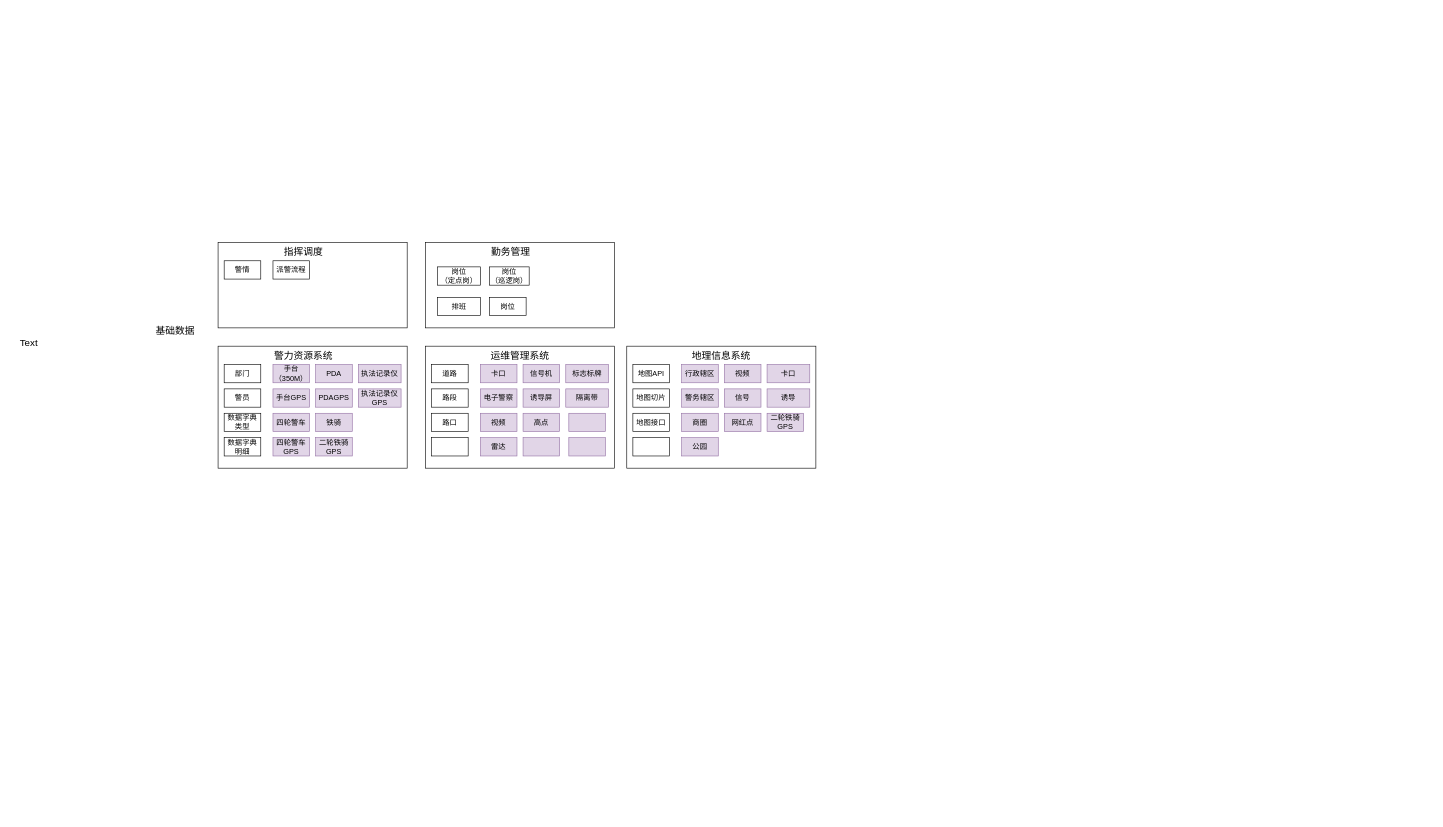
Earlier version of the draw.io diagram page "架构图" (2 of 3) of 未命名绘图.drawio (bj-ehualu/drawio). Source tidied: cells renumbered, new cells numbered last; positions are measured from the earlier drawing's top-left corner, leaving out a move shared by most shapes. Both pictures are drawn from the tidied source at 61%, with x=0, y=0 at pixel (10, 242).
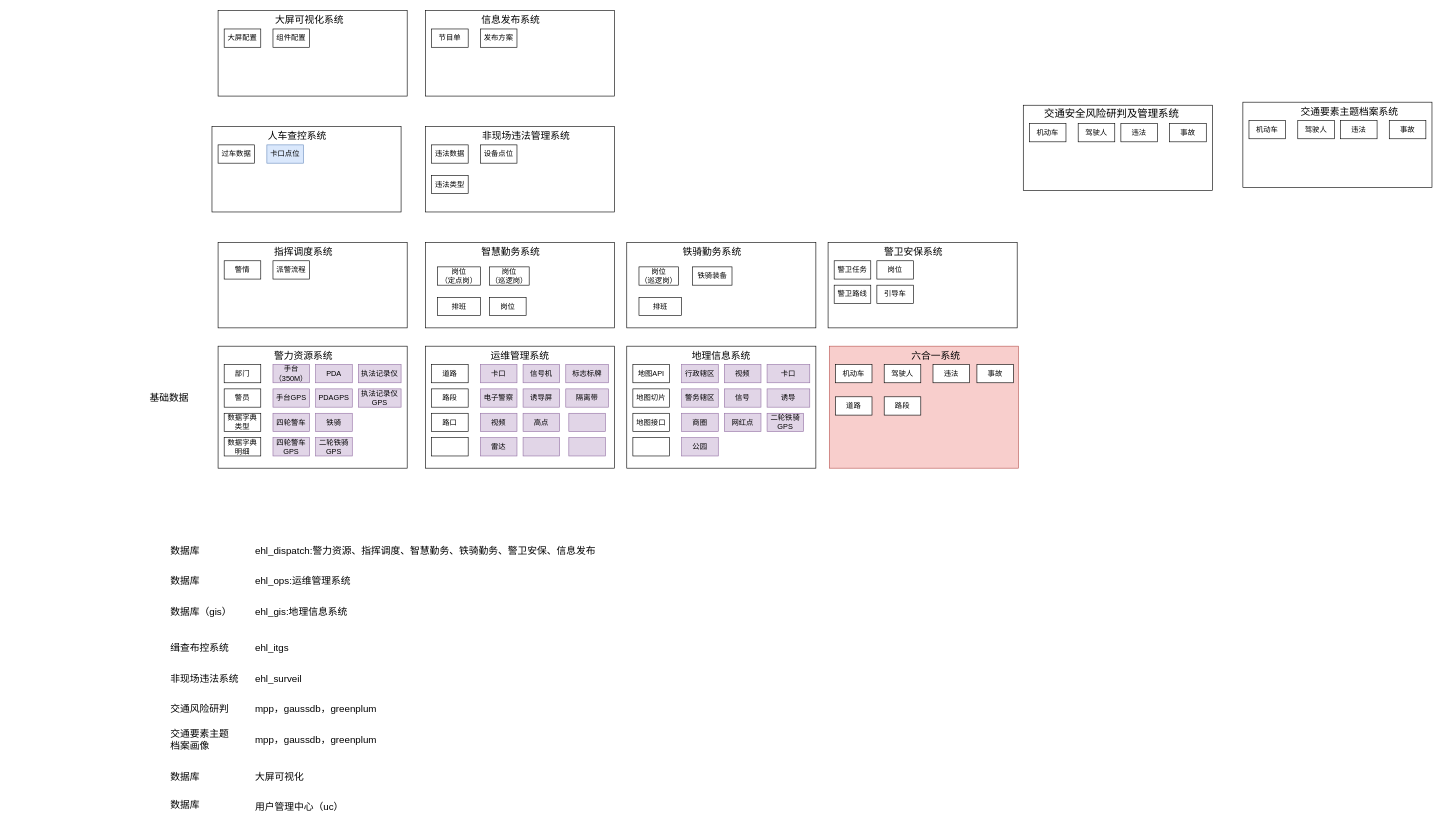
Above is the later version.

Change to the diagram source:
```diff
@@
-    <mxCell id="3" value="指挥调度" style="text;html=1;align=center;verticalAlign=middle;whiteSpace=wrap;rounded=0;fontSize=16;" parent="1" vertex="1">
+    <mxCell id="3" value="指挥调度系统" style="text;html=1;align=center;verticalAlign=middle;whiteSpace=wrap;rounded=0;fontSize=16;" parent="1" vertex="1">
       <mxGeometry x="430" width="100" height="30" as="geometry" />
     </mxCell>
@@
     <mxCell id="6" value="基础数据" style="text;html=1;align=center;verticalAlign=middle;whiteSpace=wrap;rounded=0;fontSize=16;" parent="1" vertex="1">
-      <mxGeometry x="220" y="130" width="100" height="30" as="geometry" />
+      <mxGeometry x="210" y="240" width="100" height="30" as="geometry" />
     </mxCell>
-    <mxCell id="7" value="Text" style="text;html=1;align=center;verticalAlign=middle;whiteSpace=wrap;rounded=0;fontSize=16;" parent="1" vertex="1">
-      <mxGeometry y="150" width="60" height="30" as="geometry" />
-    </mxCell>
@@
-    <mxCell id="10" value="勤务管理" style="text;html=1;align=center;verticalAlign=middle;whiteSpace=wrap;rounded=0;fontSize=16;" parent="1" vertex="1">
+    <mxCell id="10" value="智慧勤务系统" style="text;html=1;align=center;verticalAlign=middle;whiteSpace=wrap;rounded=0;fontSize=16;" parent="1" vertex="1">
       <mxGeometry x="770" width="100" height="30" as="geometry" />
     </mxCell>
@@
+    <mxCell id="64" style="rounded=0;whiteSpace=wrap;html=1;" parent="1" vertex="1">
+      <mxGeometry x="1010" width="310" height="140" as="geometry" />
+    </mxCell>
+    <mxCell id="65" value="铁骑勤务系统" style="text;html=1;align=center;verticalAlign=middle;whiteSpace=wrap;rounded=0;fontSize=16;" parent="1" vertex="1">
+      <mxGeometry x="1100" width="100" height="30" as="geometry" />
+    </mxCell>
+    <mxCell id="66" value="排班" style="rounded=0;whiteSpace=wrap;html=1;" parent="1" vertex="1">
+      <mxGeometry x="1030" y="90" width="70" height="30" as="geometry" />
+    </mxCell>
+    <mxCell id="67" value="岗位&lt;br&gt;（巡逻岗）" style="rounded=0;whiteSpace=wrap;html=1;" parent="1" vertex="1">
+      <mxGeometry x="1030" y="40" width="65" height="30" as="geometry" />
+    </mxCell>
+    <mxCell id="68" style="rounded=0;whiteSpace=wrap;html=1;" parent="1" vertex="1">
+      <mxGeometry x="330" y="-190" width="310" height="140" as="geometry" />
+    </mxCell>
+    <mxCell id="69" value="人车查控系统" style="text;html=1;align=center;verticalAlign=middle;whiteSpace=wrap;rounded=0;fontSize=16;" parent="1" vertex="1">
+      <mxGeometry x="420" y="-190" width="100" height="30" as="geometry" />
+    </mxCell>
+    <mxCell id="70" value="过车数据" style="rounded=0;whiteSpace=wrap;html=1;" parent="1" vertex="1">
+      <mxGeometry x="340" y="-160" width="60" height="30" as="geometry" />
+    </mxCell>
+    <mxCell id="71" value="卡口点位" style="rounded=0;whiteSpace=wrap;html=1;fillColor=#dae8fc;strokeColor=#6c8ebf;" parent="1" vertex="1">
+      <mxGeometry x="420" y="-160" width="60" height="30" as="geometry" />
+    </mxCell>
+    <mxCell id="72" style="rounded=0;whiteSpace=wrap;html=1;" parent="1" vertex="1">
+      <mxGeometry x="680" y="-190" width="310" height="140" as="geometry" />
+    </mxCell>
+    <mxCell id="73" value="非现场违法管理系统" style="text;html=1;align=center;verticalAlign=middle;whiteSpace=wrap;rounded=0;fontSize=16;" parent="1" vertex="1">
+      <mxGeometry x="770" y="-190" width="150" height="30" as="geometry" />
+    </mxCell>
+    <mxCell id="74" value="违法数据" style="rounded=0;whiteSpace=wrap;html=1;" parent="1" vertex="1">
+      <mxGeometry x="690" y="-160" width="60" height="30" as="geometry" />
+    </mxCell>
+    <mxCell id="75" value="设备点位" style="rounded=0;whiteSpace=wrap;html=1;" parent="1" vertex="1">
+      <mxGeometry x="770" y="-160" width="60" height="30" as="geometry" />
+    </mxCell>
+    <mxCell id="76" style="rounded=0;whiteSpace=wrap;html=1;" parent="1" vertex="1">
+      <mxGeometry x="2020" y="-230" width="310" height="140" as="geometry" />
+    </mxCell>
+    <mxCell id="77" value="交通要素主题档案系统" style="text;html=1;align=center;verticalAlign=middle;whiteSpace=wrap;rounded=0;fontSize=16;" parent="1" vertex="1">
+      <mxGeometry x="2110" y="-230" width="170" height="30" as="geometry" />
+    </mxCell>
+    <mxCell id="78" value="机动车" style="rounded=0;whiteSpace=wrap;html=1;" parent="1" vertex="1">
+      <mxGeometry x="2030" y="-200" width="60" height="30" as="geometry" />
+    </mxCell>
+    <mxCell id="79" value="驾驶人" style="rounded=0;whiteSpace=wrap;html=1;" parent="1" vertex="1">
+      <mxGeometry x="2110" y="-200" width="60" height="30" as="geometry" />
+    </mxCell>
+    <mxCell id="80" value="违法类型" style="rounded=0;whiteSpace=wrap;html=1;" parent="1" vertex="1">
+      <mxGeometry x="690" y="-110" width="60" height="30" as="geometry" />
+    </mxCell>
+    <mxCell id="81" style="rounded=0;whiteSpace=wrap;html=1;" parent="1" vertex="1">
+      <mxGeometry x="1340" width="310" height="140" as="geometry" />
+    </mxCell>
+    <mxCell id="82" value="警卫安保系统" style="text;html=1;align=center;verticalAlign=middle;whiteSpace=wrap;rounded=0;fontSize=16;" parent="1" vertex="1">
+      <mxGeometry x="1430" width="100" height="30" as="geometry" />
+    </mxCell>
+    <mxCell id="83" value="岗位" style="rounded=0;whiteSpace=wrap;html=1;" parent="1" vertex="1">
+      <mxGeometry x="1420" y="30" width="60" height="30" as="geometry" />
+    </mxCell>
+    <mxCell id="84" value="引导车" style="rounded=0;whiteSpace=wrap;html=1;" parent="1" vertex="1">
+      <mxGeometry x="1420" y="70" width="60" height="30" as="geometry" />
+    </mxCell>
+    <mxCell id="85" value="违法" style="rounded=0;whiteSpace=wrap;html=1;" parent="1" vertex="1">
+      <mxGeometry x="2180" y="-200" width="60" height="30" as="geometry" />
+    </mxCell>
+    <mxCell id="86" value="事故" style="rounded=0;whiteSpace=wrap;html=1;" parent="1" vertex="1">
+      <mxGeometry x="2260" y="-200" width="60" height="30" as="geometry" />
+    </mxCell>
+    <mxCell id="87" style="rounded=0;whiteSpace=wrap;html=1;fillColor=#f8cecc;strokeColor=#b85450;" parent="1" vertex="1">
+      <mxGeometry x="1342" y="170" width="310" height="200" as="geometry" />
+    </mxCell>
+    <mxCell id="88" value="六合一系统" style="text;html=1;align=center;verticalAlign=middle;whiteSpace=wrap;rounded=0;fontSize=16;" parent="1" vertex="1">
+      <mxGeometry x="1432" y="170" width="170" height="30" as="geometry" />
+    </mxCell>
+    <mxCell id="89" value="机动车" style="rounded=0;whiteSpace=wrap;html=1;" parent="1" vertex="1">
+      <mxGeometry x="1352" y="200" width="60" height="30" as="geometry" />
+    </mxCell>
+    <mxCell id="90" value="驾驶人" style="rounded=0;whiteSpace=wrap;html=1;" parent="1" vertex="1">
+      <mxGeometry x="1432" y="200" width="60" height="30" as="geometry" />
+    </mxCell>
+    <mxCell id="91" value="违法" style="rounded=0;whiteSpace=wrap;html=1;" parent="1" vertex="1">
+      <mxGeometry x="1512" y="200" width="60" height="30" as="geometry" />
+    </mxCell>
+    <mxCell id="92" value="事故" style="rounded=0;whiteSpace=wrap;html=1;" parent="1" vertex="1">
+      <mxGeometry x="1584" y="200" width="60" height="30" as="geometry" />
+    </mxCell>
+    <mxCell id="93" value="道路" style="rounded=0;whiteSpace=wrap;html=1;" parent="1" vertex="1">
+      <mxGeometry x="1352" y="253" width="60" height="30" as="geometry" />
+    </mxCell>
+    <mxCell id="94" value="路段" style="rounded=0;whiteSpace=wrap;html=1;" parent="1" vertex="1">
+      <mxGeometry x="1432" y="253" width="60" height="30" as="geometry" />
+    </mxCell>
+    <mxCell id="95" style="rounded=0;whiteSpace=wrap;html=1;" parent="1" vertex="1">
+      <mxGeometry x="1660" y="-225" width="310" height="140" as="geometry" />
+    </mxCell>
+    <mxCell id="96" value="&lt;span style=&quot;font-size: 17px; background-color: rgb(251, 251, 251);&quot;&gt;交通安全风险研判及管理系统&lt;/span&gt;" style="text;html=1;align=center;verticalAlign=middle;whiteSpace=wrap;rounded=0;fontSize=17;" parent="1" vertex="1">
+      <mxGeometry x="1690" y="-225" width="230" height="30" as="geometry" />
+    </mxCell>
+    <mxCell id="97" value="机动车" style="rounded=0;whiteSpace=wrap;html=1;" parent="1" vertex="1">
+      <mxGeometry x="1670" y="-195" width="60" height="30" as="geometry" />
+    </mxCell>
+    <mxCell id="98" value="驾驶人" style="rounded=0;whiteSpace=wrap;html=1;" parent="1" vertex="1">
+      <mxGeometry x="1750" y="-195" width="60" height="30" as="geometry" />
+    </mxCell>
+    <mxCell id="99" value="违法" style="rounded=0;whiteSpace=wrap;html=1;" parent="1" vertex="1">
+      <mxGeometry x="1820" y="-195" width="60" height="30" as="geometry" />
+    </mxCell>
+    <mxCell id="100" value="事故" style="rounded=0;whiteSpace=wrap;html=1;" parent="1" vertex="1">
+      <mxGeometry x="1900" y="-195" width="60" height="30" as="geometry" />
+    </mxCell>
+    <mxCell id="101" value="铁骑装备" style="rounded=0;whiteSpace=wrap;html=1;" parent="1" vertex="1">
+      <mxGeometry x="1117.5" y="40" width="65" height="30" as="geometry" />
+    </mxCell>
+    <mxCell id="102" value="警卫任务" style="rounded=0;whiteSpace=wrap;html=1;" parent="1" vertex="1">
+      <mxGeometry x="1350" y="30" width="60" height="30" as="geometry" />
+    </mxCell>
+    <mxCell id="103" value="警卫路线" style="rounded=0;whiteSpace=wrap;html=1;" parent="1" vertex="1">
+      <mxGeometry x="1350" y="70" width="60" height="30" as="geometry" />
+    </mxCell>
+    <mxCell id="104" value="数据库" style="text;html=1;align=left;verticalAlign=middle;whiteSpace=wrap;rounded=0;fontSize=16;" parent="1" vertex="1">
+      <mxGeometry x="260" y="490" width="100" height="30" as="geometry" />
+    </mxCell>
+    <mxCell id="105" value="ehl_dispatch:警力资源、指挥调度、智慧勤务、铁骑勤务、警卫安保、信息发布" style="text;html=1;align=left;verticalAlign=middle;whiteSpace=wrap;rounded=0;fontSize=16;" parent="1" vertex="1">
+      <mxGeometry x="399" y="490" width="614" height="30" as="geometry" />
+    </mxCell>
+    <mxCell id="106" value="ehl_ops:运维管理系统" style="text;html=1;align=left;verticalAlign=middle;whiteSpace=wrap;rounded=0;fontSize=16;" parent="1" vertex="1">
+      <mxGeometry x="399" y="539" width="460" height="30" as="geometry" />
+    </mxCell>
+    <mxCell id="107" value="数据库" style="text;html=1;align=left;verticalAlign=middle;whiteSpace=wrap;rounded=0;fontSize=16;" parent="1" vertex="1">
+      <mxGeometry x="260" y="540" width="100" height="30" as="geometry" />
+    </mxCell>
+    <mxCell id="108" value="ehl_gis:地理信息系统" style="text;html=1;align=left;verticalAlign=middle;whiteSpace=wrap;rounded=0;fontSize=16;" parent="1" vertex="1">
+      <mxGeometry x="399" y="590" width="460" height="30" as="geometry" />
+    </mxCell>
+    <mxCell id="109" value="数据库（gis）" style="text;html=1;align=left;verticalAlign=middle;whiteSpace=wrap;rounded=0;fontSize=16;" parent="1" vertex="1">
+      <mxGeometry x="260" y="590" width="100" height="30" as="geometry" />
+    </mxCell>
+    <mxCell id="110" value="缉查布控系统" style="text;html=1;align=left;verticalAlign=middle;whiteSpace=wrap;rounded=0;fontSize=16;" parent="1" vertex="1">
+      <mxGeometry x="260" y="650" width="100" height="30" as="geometry" />
+    </mxCell>
+    <mxCell id="111" value="非现场违法系统" style="text;html=1;align=left;verticalAlign=middle;whiteSpace=wrap;rounded=0;fontSize=16;" parent="1" vertex="1">
+      <mxGeometry x="260" y="700" width="120" height="30" as="geometry" />
+    </mxCell>
+    <mxCell id="112" value="交通风险研判" style="text;html=1;align=left;verticalAlign=middle;whiteSpace=wrap;rounded=0;fontSize=16;" parent="1" vertex="1">
+      <mxGeometry x="260" y="750" width="100" height="30" as="geometry" />
+    </mxCell>
+    <mxCell id="113" value="交通要素主题档案画像" style="text;html=1;align=left;verticalAlign=middle;whiteSpace=wrap;rounded=0;fontSize=16;" parent="1" vertex="1">
+      <mxGeometry x="260" y="800" width="100" height="30" as="geometry" />
+    </mxCell>
+    <mxCell id="114" value="mpp，gaussdb，greenplum" style="text;html=1;align=left;verticalAlign=middle;whiteSpace=wrap;rounded=0;fontSize=16;" parent="1" vertex="1">
+      <mxGeometry x="399" y="800" width="460" height="30" as="geometry" />
+    </mxCell>
+    <mxCell id="115" value="mpp，gaussdb，greenplum" style="text;html=1;align=left;verticalAlign=middle;whiteSpace=wrap;rounded=0;fontSize=16;" parent="1" vertex="1">
+      <mxGeometry x="399" y="750" width="460" height="30" as="geometry" />
+    </mxCell>
+    <mxCell id="116" value="ehl_surveil" style="text;html=1;align=left;verticalAlign=middle;whiteSpace=wrap;rounded=0;fontSize=16;" parent="1" vertex="1">
+      <mxGeometry x="399" y="700" width="460" height="30" as="geometry" />
+    </mxCell>
+    <mxCell id="117" value="ehl_itgs" style="text;html=1;align=left;verticalAlign=middle;whiteSpace=wrap;rounded=0;fontSize=16;" parent="1" vertex="1">
+      <mxGeometry x="399" y="650" width="460" height="30" as="geometry" />
+    </mxCell>
+    <mxCell id="118" value="数据库" style="text;html=1;align=left;verticalAlign=middle;whiteSpace=wrap;rounded=0;fontSize=16;" parent="1" vertex="1">
+      <mxGeometry x="260" y="860" width="100" height="30" as="geometry" />
+    </mxCell>
+    <mxCell id="119" value="大屏可视化" style="text;html=1;align=left;verticalAlign=middle;whiteSpace=wrap;rounded=0;fontSize=16;" parent="1" vertex="1">
+      <mxGeometry x="399" y="860" width="460" height="30" as="geometry" />
+    </mxCell>
+    <mxCell id="120" value="数据库" style="text;html=1;align=left;verticalAlign=middle;whiteSpace=wrap;rounded=0;fontSize=16;" parent="1" vertex="1">
+      <mxGeometry x="260" y="907" width="100" height="30" as="geometry" />
+    </mxCell>
+    <mxCell id="121" value="用户管理中心（uc）" style="text;html=1;align=left;verticalAlign=middle;whiteSpace=wrap;rounded=0;fontSize=16;" parent="1" vertex="1">
+      <mxGeometry x="399" y="910" width="460" height="30" as="geometry" />
+    </mxCell>
+    <mxCell id="122" style="rounded=0;whiteSpace=wrap;html=1;" parent="1" vertex="1">
+      <mxGeometry x="340" y="-380" width="310" height="140" as="geometry" />
+    </mxCell>
+    <mxCell id="123" value="大屏可视化系统" style="text;html=1;align=center;verticalAlign=middle;whiteSpace=wrap;rounded=0;fontSize=16;" parent="1" vertex="1">
+      <mxGeometry x="430" y="-380" width="120" height="30" as="geometry" />
+    </mxCell>
+    <mxCell id="124" value="大屏配置" style="rounded=0;whiteSpace=wrap;html=1;" parent="1" vertex="1">
+      <mxGeometry x="350" y="-350" width="60" height="30" as="geometry" />
+    </mxCell>
+    <mxCell id="125" value="组件配置" style="rounded=0;whiteSpace=wrap;html=1;" parent="1" vertex="1">
+      <mxGeometry x="430" y="-350" width="60" height="30" as="geometry" />
+    </mxCell>
+    <mxCell id="126" style="rounded=0;whiteSpace=wrap;html=1;" parent="1" vertex="1">
+      <mxGeometry x="680" y="-380" width="310" height="140" as="geometry" />
+    </mxCell>
+    <mxCell id="127" value="信息发布系统" style="text;html=1;align=center;verticalAlign=middle;whiteSpace=wrap;rounded=0;fontSize=16;" parent="1" vertex="1">
+      <mxGeometry x="770" y="-380" width="100" height="30" as="geometry" />
+    </mxCell>
+    <mxCell id="128" value="节目单" style="rounded=0;whiteSpace=wrap;html=1;" parent="1" vertex="1">
+      <mxGeometry x="690" y="-350" width="60" height="30" as="geometry" />
+    </mxCell>
+    <mxCell id="129" value="发布方案" style="rounded=0;whiteSpace=wrap;html=1;" parent="1" vertex="1">
+      <mxGeometry x="770" y="-350" width="60" height="30" as="geometry" />
+    </mxCell>
```
